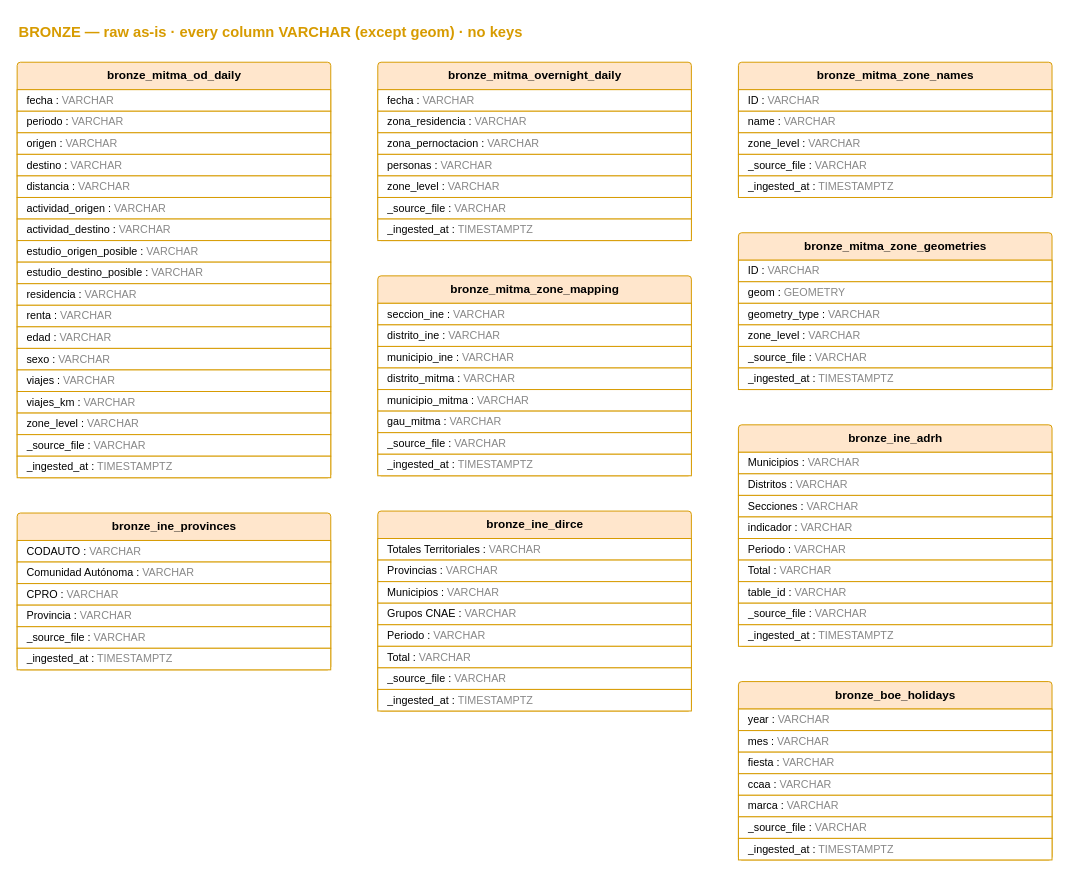
Enric343/mobility_lakehouse keeps this draw.io diagram as docs/diagrams/schemas/bronze.drawio. Above is the earlier version. Source tidied: cells renumbered, new cells numbered last; positions are measured from the earlier drawing's top-left corner, leaving out a move shared by most shapes. Both pictures are drawn from the tidied source at 98%, with x=0, y=0 at pixel (17, 17).
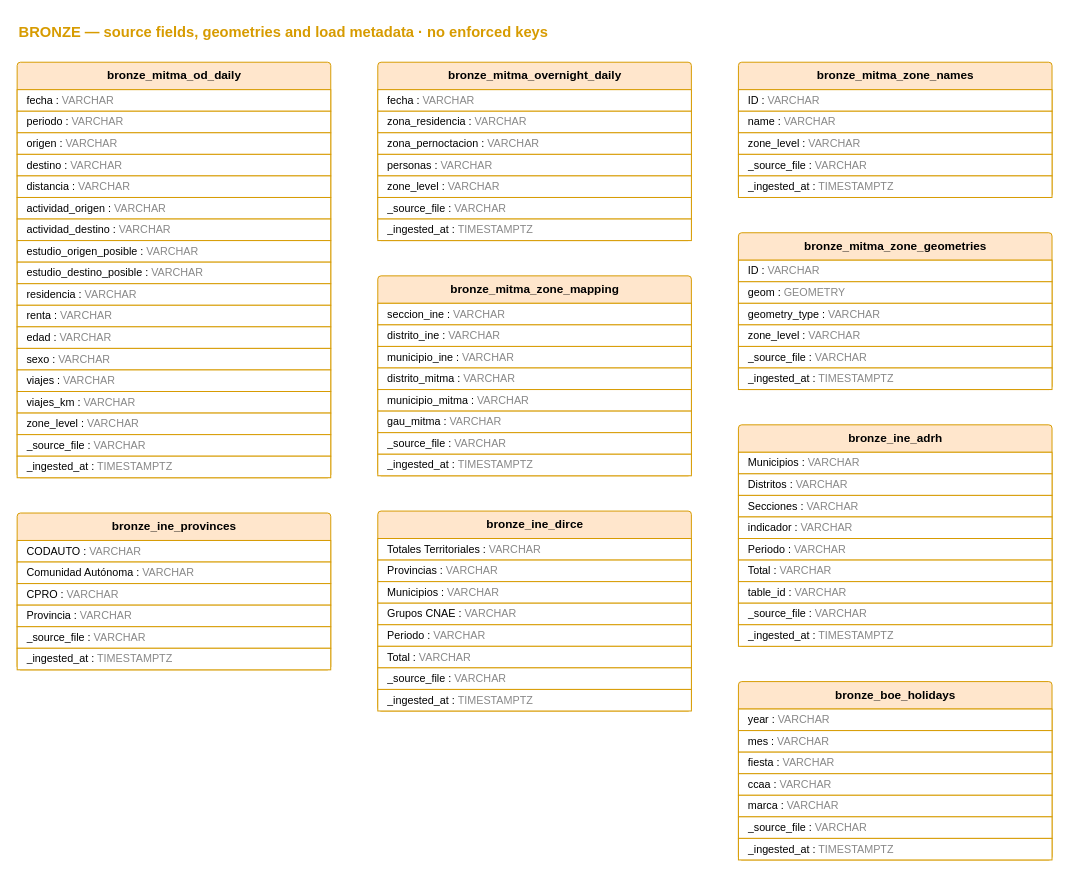
After the change.

Diff of the diagram source:
```diff
@@
-    <mxCell id="2" value="BRONZE — raw as-is · every column VARCHAR (except geom) · no keys" style="text;html=1;align=left;verticalAlign=middle;fontStyle=1;fontSize=15;fontColor=#D79B00;" parent="1" vertex="1">
+    <mxCell id="2" value="BRONZE — source fields, geometries and load metadata · no enforced keys" style="text;html=1;align=left;verticalAlign=middle;fontStyle=1;fontSize=15;fontColor=#D79B00;" parent="1" vertex="1">
       <mxGeometry width="1056" height="30" as="geometry" />
     </mxCell>
```
